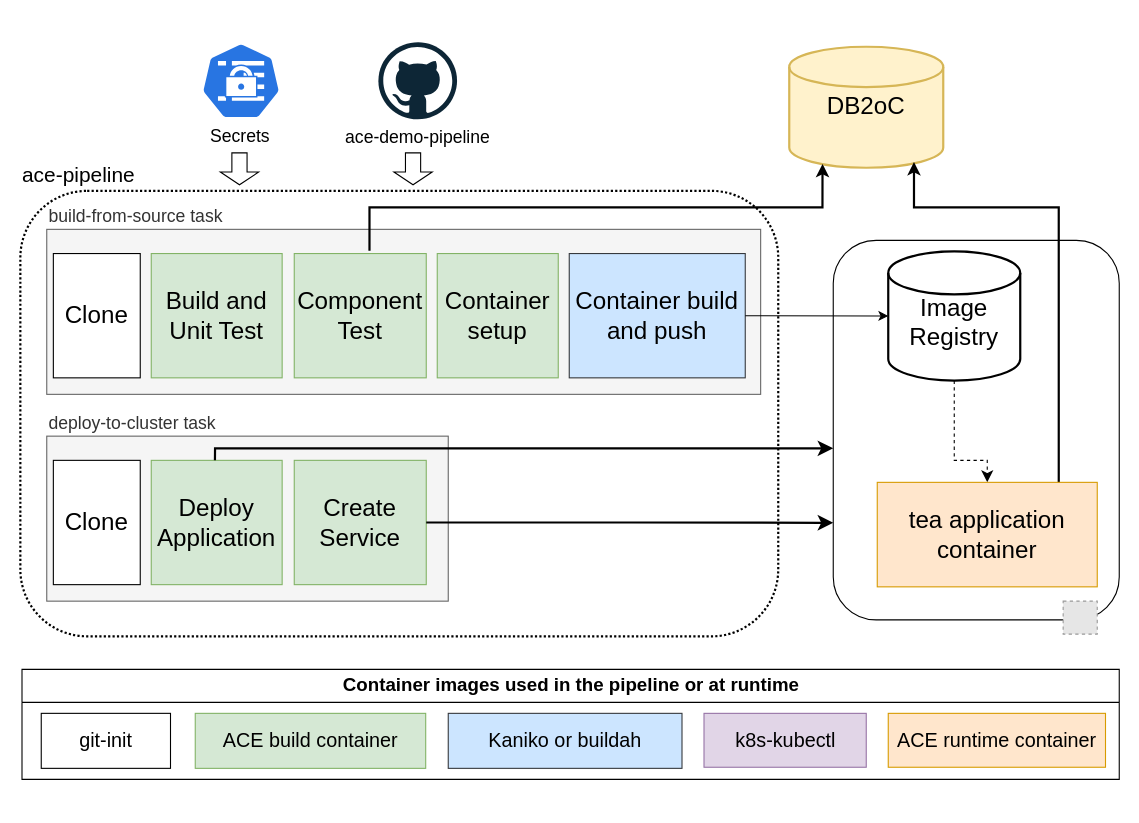
This is demo-infrastructure/images/tekton-pipeline.drawio from ot4i/ace-demo-pipeline, a draw.io file, before an edit. Source tidied: cells renumbered, new cells numbered last; positions are measured from the earlier drawing's top-left corner, leaving out a move shared by most shapes. Both pictures are drawn from the tidied source at 110%, with x=0, y=0 at pixel (20, 42). Pictures stored in the file or linked from it are replaced by grey dashed boxes.
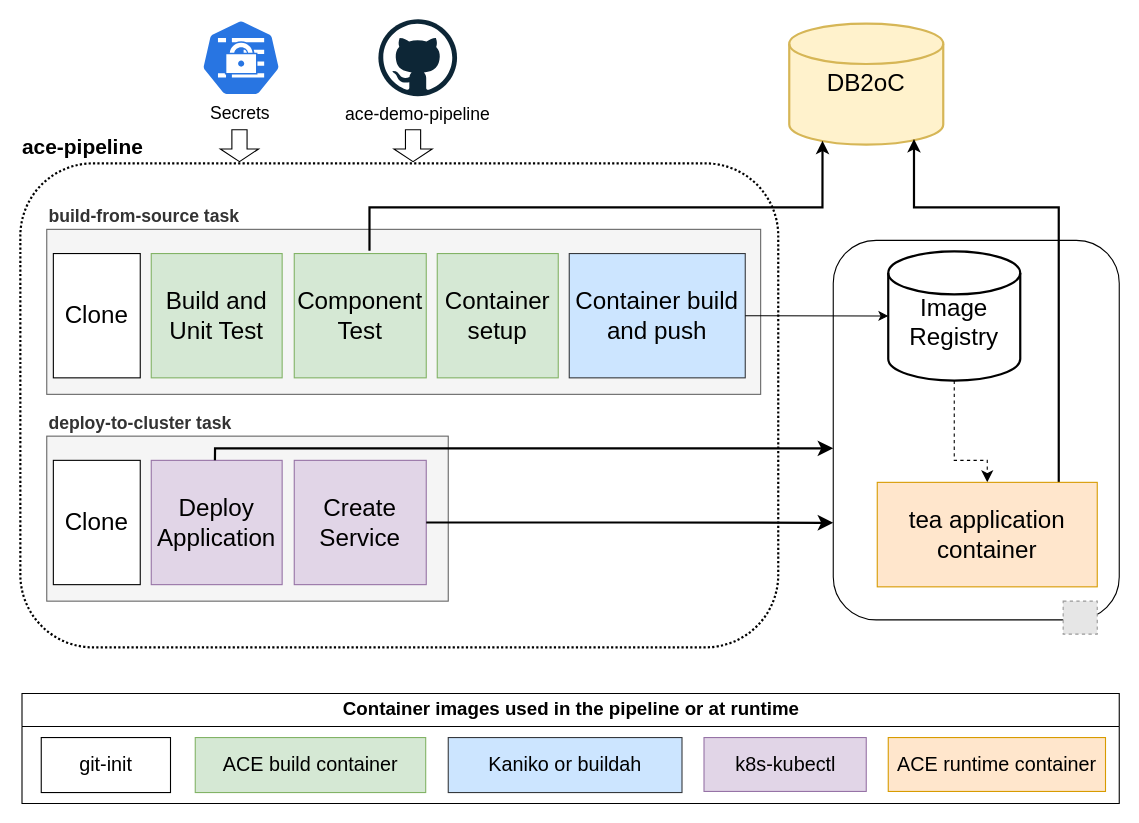
The same diagram, later.

Diff of the diagram source:
```diff
@@
     <mxCell id="2" value="DB2oC" style="strokeWidth=2;html=1;shape=mxgraph.flowchart.database;whiteSpace=wrap;fontSize=22;fillColor=#fff2cc;strokeColor=#d6b656;" parent="1" vertex="1">
-      <mxGeometry x="699" y="4" width="140" height="110" as="geometry" />
+      <mxGeometry x="699" y="-17" width="140" height="110" as="geometry" />
     </mxCell>
@@
-    <mxCell id="4" value="ace-pipeline" style="rounded=1;whiteSpace=wrap;html=1;labelPosition=center;verticalLabelPosition=top;align=left;verticalAlign=bottom;spacingLeft=0;fontSize=19;dashed=1;dashPattern=1 1;strokeWidth=2;" parent="1" vertex="1">
-      <mxGeometry y="135" width="689" height="405" as="geometry" />
+    <mxCell id="4" value="ace-pipeline" style="rounded=1;whiteSpace=wrap;html=1;labelPosition=center;verticalLabelPosition=top;align=left;verticalAlign=bottom;spacingLeft=0;fontSize=19;dashed=1;dashPattern=1 1;strokeWidth=2;fontStyle=1;" parent="1" vertex="1">
+      <mxGeometry y="110" width="689" height="440" as="geometry" />
     </mxCell>
     <mxCell id="5" value="ace-demo-pipeline" style="dashed=0;html=1;align=center;labelPosition=center;verticalLabelPosition=bottom;verticalAlign=top;shape=mxgraph.weblogos.github;fontSize=16;" parent="1" vertex="1">
-      <mxGeometry x="325.5" width="71.5" height="70" as="geometry" />
+      <mxGeometry x="325.5" y="-21" width="71.5" height="70" as="geometry" />
     </mxCell>
@@
     <mxCell id="10" style="sketch=0;html=1;dashed=0;whitespace=wrap;fillColor=#2875E2;strokeColor=#ffffff;shape=mxgraph.kubernetes.icon2;prIcon=secret;fontSize=16;" parent="1" vertex="1">
-      <mxGeometry x="164.2" width="72.9" height="70" as="geometry" />
+      <mxGeometry x="164.2" y="-21" width="72.9" height="70" as="geometry" />
     </mxCell>
     <mxCell id="11" value="Secrets" style="text;html=1;align=center;verticalAlign=middle;whiteSpace=wrap;rounded=0;fontSize=16;" parent="1" vertex="1">
-      <mxGeometry x="169.5" y="70" width="60" height="30" as="geometry" />
+      <mxGeometry x="169.5" y="49" width="60" height="30" as="geometry" />
     </mxCell>
-    <mxCell id="12" value="build-from-source task" style="rounded=0;whiteSpace=wrap;html=1;align=left;verticalAlign=bottom;labelPosition=center;verticalLabelPosition=top;fillColor=#f5f5f5;fontColor=#333333;strokeColor=#666666;fontSize=16;" parent="1" vertex="1">
+    <mxCell id="12" value="build-from-source task" style="rounded=0;whiteSpace=wrap;html=1;align=left;verticalAlign=bottom;labelPosition=center;verticalLabelPosition=top;fillColor=#f5f5f5;fontColor=#333333;strokeColor=#666666;fontSize=16;fontStyle=1;" parent="1" vertex="1">
       <mxGeometry x="24" y="170" width="649" height="150" as="geometry" />
     </mxCell>
@@
     <mxCell id="22" style="shape=flexArrow;endArrow=classic;html=1;rounded=0;width=13.793103448275863;endSize=3.531034482758621;" parent="1" edge="1">
       <mxGeometry relative="1" as="geometry">
-        <mxPoint x="357" y="100" as="sourcePoint" />
-        <mxPoint x="357" y="130" as="targetPoint" />
+        <mxPoint x="357" y="79" as="sourcePoint" />
+        <mxPoint x="357" y="109" as="targetPoint" />
       </mxGeometry>
     </mxCell>
     <mxCell id="23" value="Container images used in the pipeline or at runtime" style="swimlane;whiteSpace=wrap;html=1;startSize=30;fontSize=17;" parent="1" vertex="1">
-      <mxGeometry x="1.5" y="570" width="997.5" height="100" as="geometry" />
+      <mxGeometry x="1.5" y="592" width="997.5" height="100" as="geometry" />
     </mxCell>
@@
     <mxCell id="29" style="shape=flexArrow;endArrow=classic;html=1;rounded=0;width=13.793103448275863;endSize=3.531034482758621;" parent="1" edge="1">
       <mxGeometry relative="1" as="geometry">
-        <mxPoint x="199.2" y="100" as="sourcePoint" />
-        <mxPoint x="199.2" y="130" as="targetPoint" />
+        <mxPoint x="199.2" y="79" as="sourcePoint" />
+        <mxPoint x="199.2" y="109" as="targetPoint" />
       </mxGeometry>
     </mxCell>
-    <mxCell id="30" value="deploy-to-cluster task" style="rounded=0;whiteSpace=wrap;html=1;align=left;verticalAlign=bottom;labelPosition=center;verticalLabelPosition=top;fillColor=#f5f5f5;fontColor=#333333;strokeColor=#666666;fontSize=16;" parent="1" vertex="1">
+    <mxCell id="30" value="deploy-to-cluster task" style="rounded=0;whiteSpace=wrap;html=1;align=left;verticalAlign=bottom;labelPosition=center;verticalLabelPosition=top;fillColor=#f5f5f5;fontColor=#333333;strokeColor=#666666;fontSize=16;fontStyle=1;" parent="1" vertex="1">
       <mxGeometry x="24" y="358" width="365" height="150" as="geometry" />
     </mxCell>
@@
-    <mxCell id="32" value="Create Service" style="rounded=0;whiteSpace=wrap;html=1;fontSize=22;fillColor=#d5e8d4;strokeColor=#82b366;" parent="1" vertex="1">
+    <mxCell id="32" value="Create Service" style="rounded=0;whiteSpace=wrap;html=1;fontSize=22;fillColor=#e1d5e7;strokeColor=#9673a6;" parent="1" vertex="1">
       <mxGeometry x="249" y="380" width="120" height="113" as="geometry" />
     </mxCell>
-    <mxCell id="33" value="Deploy Application" style="rounded=0;whiteSpace=wrap;html=1;fontSize=22;fillColor=#d5e8d4;strokeColor=#82b366;" parent="1" vertex="1">
+    <mxCell id="33" value="Deploy Application" style="rounded=0;whiteSpace=wrap;html=1;fontSize=22;fillColor=#e1d5e7;strokeColor=#9673a6;" parent="1" vertex="1">
       <mxGeometry x="119" y="380" width="119" height="113" as="geometry" />
     </mxCell>
-    <mxCell id="34" style="edgeStyle=orthogonalEdgeStyle;rounded=0;orthogonalLoop=1;jettySize=auto;html=1;exitX=0.5;exitY=1;exitDx=0;exitDy=0;fillColor=#d5e8d4;strokeColor=#82b366;fontSize=22;" parent="1" edge="1" source="32" target="32">
+    <mxCell id="34" style="edgeStyle=orthogonalEdgeStyle;rounded=0;orthogonalLoop=1;jettySize=auto;html=1;exitX=0.5;exitY=1;exitDx=0;exitDy=0;fillColor=#e1d5e7;strokeColor=#9673a6;fontSize=22;" parent="1" edge="1" source="32" target="32">
       <mxGeometry relative="1" as="geometry" />
     </mxCell>
```
